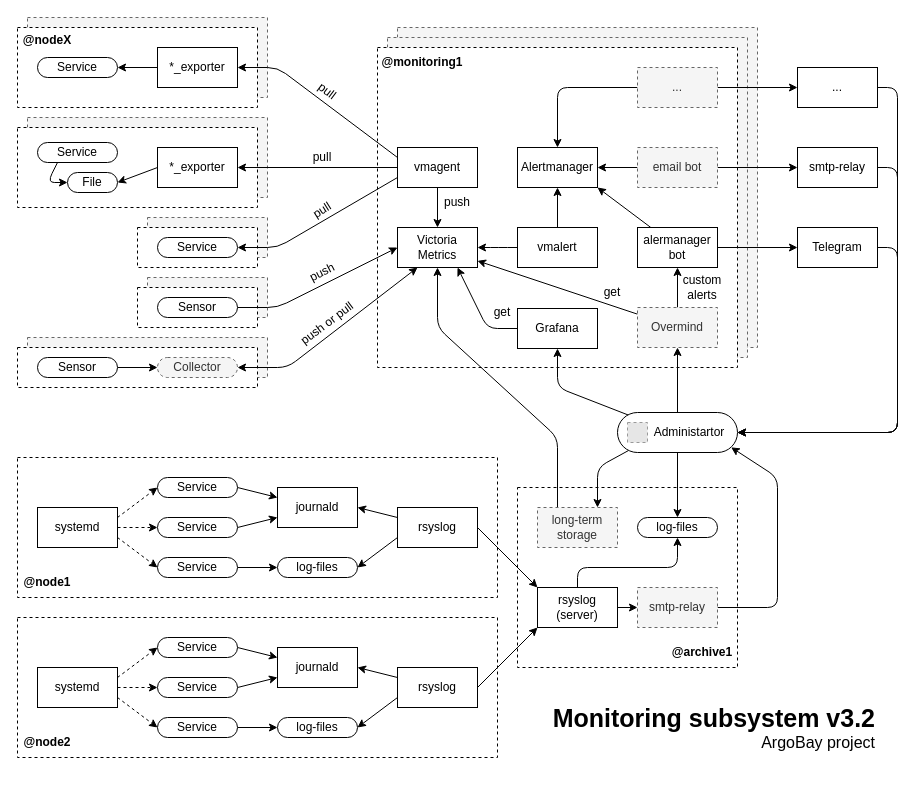
Before: page "MON" (6 of 14) of docs/schemes/Argobay-main.drawio in SnipGhost/argobay-ansible, a draw.io diagram. Source tidied: cells renumbered, new cells numbered last; positions are measured from the earlier drawing's top-left corner, leaving out a move shared by most shapes. Both pictures are drawn from the tidied source at 100%, with x=0, y=0 at pixel (17, 17). Pictures stored in the file or linked from it are replaced by grey dashed boxes.
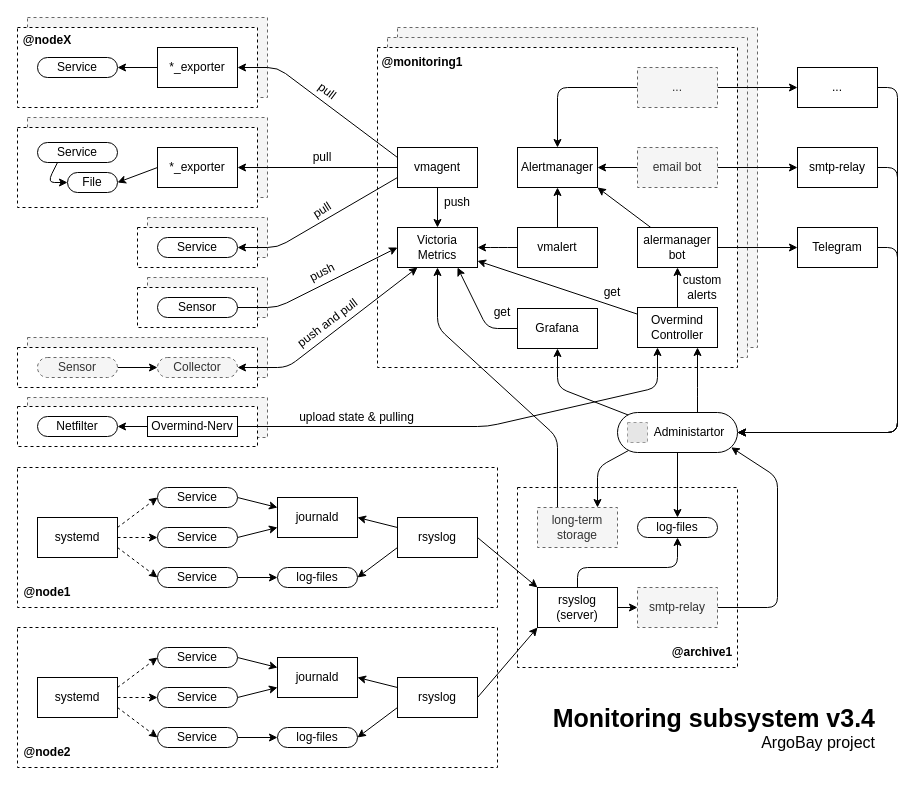
The same diagram, later.

Unchanged cells that the change refers to:
```xml
<mxCell id="118" value="&lt;font color=&quot;#000000&quot;&gt;Administartor&lt;/font&gt;" style="rounded=1;whiteSpace=wrap;html=1;strokeWidth=1;gradientDirection=south;align=center;verticalAlign=middle;arcSize=50;spacingLeft=24;" parent="1" vertex="1">
  <mxGeometry x="600" y="395" width="120" height="40" as="geometry" />
</mxCell>
```

What changed in the source:
```diff
@@
+    <mxCell id="124" style="rounded=0;whiteSpace=wrap;html=1;dashed=1;fillColor=#f5f5f5;strokeColor=#666666;fontColor=#333333;" parent="1" vertex="1">
+      <mxGeometry x="10" y="380" width="240" height="40" as="geometry" />
+    </mxCell>
@@
     <mxCell id="3" style="rounded=0;whiteSpace=wrap;html=1;dashed=1;" parent="1" vertex="1">
-      <mxGeometry y="440" width="480" height="140" as="geometry" />
+      <mxGeometry y="450" width="480" height="140" as="geometry" />
     </mxCell>
@@
-    <mxCell id="50" value="push or pull" style="text;html=1;strokeColor=none;fillColor=none;align=center;verticalAlign=middle;whiteSpace=wrap;rounded=0;dashed=1;rotation=323;" parent="1" vertex="1">
-      <mxGeometry x="275" y="291" width="70" height="30" as="geometry" />
+    <mxCell id="50" value="push and pull" style="text;html=1;strokeColor=none;fillColor=none;align=center;verticalAlign=middle;whiteSpace=wrap;rounded=0;dashed=1;rotation=323;" parent="1" vertex="1">
+      <mxGeometry x="267.5" y="291" width="85" height="30" as="geometry" />
     </mxCell>
@@
-    <mxCell id="53" value="Overmind" style="rounded=0;whiteSpace=wrap;html=1;strokeColor=#666666;strokeWidth=1;fillColor=#f5f5f5;gradientDirection=south;align=center;verticalAlign=middle;dashed=1;fontColor=#333333;" parent="1" vertex="1">
+    <mxCell id="53" value="Overmind&lt;br&gt;Controller" style="rounded=0;whiteSpace=wrap;html=1;strokeWidth=1;gradientDirection=south;align=center;verticalAlign=middle;" parent="1" vertex="1">
       <mxGeometry x="620" y="290" width="80" height="40" as="geometry" />
     </mxCell>
@@
-    <mxCell id="57" value="Sensor" style="rounded=1;whiteSpace=wrap;html=1;arcSize=50;" parent="1" vertex="1">
+    <mxCell id="57" value="Sensor" style="rounded=1;whiteSpace=wrap;html=1;arcSize=50;fillColor=#f5f5f5;strokeColor=#666666;fontColor=#333333;dashed=1;" parent="1" vertex="1">
       <mxGeometry x="20" y="340" width="80" height="20" as="geometry" />
     </mxCell>
@@
     <mxCell id="72" value="Service" style="rounded=1;whiteSpace=wrap;html=1;arcSize=50;" parent="1" vertex="1">
-      <mxGeometry x="140" y="460" width="80" height="20" as="geometry" />
+      <mxGeometry x="140" y="470" width="80" height="20" as="geometry" />
     </mxCell>
@@
     <mxCell id="74" value="Service" style="rounded=1;whiteSpace=wrap;html=1;arcSize=50;" parent="1" vertex="1">
-      <mxGeometry x="140" y="500" width="80" height="20" as="geometry" />
+      <mxGeometry x="140" y="510" width="80" height="20" as="geometry" />
     </mxCell>
@@
     <mxCell id="78" value="systemd" style="rounded=0;whiteSpace=wrap;html=1;strokeColor=default;strokeWidth=1;fillColor=#FFFFFF;gradientColor=none;gradientDirection=south;align=center;verticalAlign=middle;" parent="1" vertex="1">
-      <mxGeometry x="20" y="490" width="80" height="40" as="geometry" />
+      <mxGeometry x="20" y="500" width="80" height="40" as="geometry" />
     </mxCell>
@@
     <mxCell id="80" value="Service" style="rounded=1;whiteSpace=wrap;html=1;arcSize=50;" parent="1" vertex="1">
-      <mxGeometry x="140" y="540" width="80" height="20" as="geometry" />
+      <mxGeometry x="140" y="550" width="80" height="20" as="geometry" />
     </mxCell>
     <mxCell id="81" value="log-files" style="rounded=1;whiteSpace=wrap;html=1;strokeColor=default;strokeWidth=1;fillColor=#FFFFFF;gradientColor=none;gradientDirection=south;align=center;verticalAlign=middle;arcSize=50;" parent="1" vertex="1">
-      <mxGeometry x="260" y="540" width="80" height="20" as="geometry" />
+      <mxGeometry x="260" y="550" width="80" height="20" as="geometry" />
     </mxCell>
     <mxCell id="82" value="journald" style="rounded=0;whiteSpace=wrap;html=1;strokeColor=default;strokeWidth=1;fillColor=#FFFFFF;gradientColor=none;gradientDirection=south;align=center;verticalAlign=middle;" parent="1" vertex="1">
-      <mxGeometry x="260" y="470" width="80" height="40" as="geometry" />
+      <mxGeometry x="260" y="480" width="80" height="40" as="geometry" />
     </mxCell>
@@
     <mxCell id="86" value="rsyslog" style="rounded=0;whiteSpace=wrap;html=1;strokeColor=default;strokeWidth=1;fillColor=#FFFFFF;gradientColor=none;gradientDirection=south;align=center;verticalAlign=middle;" parent="1" vertex="1">
-      <mxGeometry x="380" y="490" width="80" height="40" as="geometry" />
+      <mxGeometry x="380" y="500" width="80" height="40" as="geometry" />
     </mxCell>
     <mxCell id="87" value="&lt;b&gt;@node1&lt;/b&gt;" style="text;html=1;strokeColor=none;fillColor=none;align=center;verticalAlign=middle;whiteSpace=wrap;rounded=0;dashed=1;" parent="1" vertex="1">
-      <mxGeometry y="550" width="60" height="30" as="geometry" />
+      <mxGeometry y="560" width="60" height="30" as="geometry" />
     </mxCell>
     <mxCell id="88" style="rounded=0;whiteSpace=wrap;html=1;dashed=1;" parent="1" vertex="1">
-      <mxGeometry y="600" width="480" height="140" as="geometry" />
+      <mxGeometry y="610" width="480" height="140" as="geometry" />
     </mxCell>
@@
     <mxCell id="90" value="Service" style="rounded=1;whiteSpace=wrap;html=1;arcSize=50;" parent="1" vertex="1">
-      <mxGeometry x="140" y="620" width="80" height="20" as="geometry" />
+      <mxGeometry x="140" y="630" width="80" height="20" as="geometry" />
     </mxCell>
@@
     <mxCell id="92" value="Service" style="rounded=1;whiteSpace=wrap;html=1;arcSize=50;" parent="1" vertex="1">
-      <mxGeometry x="140" y="660" width="80" height="20" as="geometry" />
+      <mxGeometry x="140" y="670" width="80" height="20" as="geometry" />
     </mxCell>
@@
     <mxCell id="96" value="systemd" style="rounded=0;whiteSpace=wrap;html=1;strokeColor=default;strokeWidth=1;fillColor=#FFFFFF;gradientColor=none;gradientDirection=south;align=center;verticalAlign=middle;" parent="1" vertex="1">
-      <mxGeometry x="20" y="650" width="80" height="40" as="geometry" />
+      <mxGeometry x="20" y="660" width="80" height="40" as="geometry" />
     </mxCell>
@@
     <mxCell id="98" value="Service" style="rounded=1;whiteSpace=wrap;html=1;arcSize=50;" parent="1" vertex="1">
-      <mxGeometry x="140" y="700" width="80" height="20" as="geometry" />
+      <mxGeometry x="140" y="710" width="80" height="20" as="geometry" />
     </mxCell>
     <mxCell id="99" value="log-files" style="rounded=1;whiteSpace=wrap;html=1;strokeColor=default;strokeWidth=1;fillColor=#FFFFFF;gradientColor=none;gradientDirection=south;align=center;verticalAlign=middle;arcSize=50;" parent="1" vertex="1">
-      <mxGeometry x="260" y="700" width="80" height="20" as="geometry" />
+      <mxGeometry x="260" y="710" width="80" height="20" as="geometry" />
     </mxCell>
     <mxCell id="100" value="journald" style="rounded=0;whiteSpace=wrap;html=1;strokeColor=default;strokeWidth=1;fillColor=#FFFFFF;gradientColor=none;gradientDirection=south;align=center;verticalAlign=middle;" parent="1" vertex="1">
-      <mxGeometry x="260" y="630" width="80" height="40" as="geometry" />
+      <mxGeometry x="260" y="640" width="80" height="40" as="geometry" />
     </mxCell>
@@
     <mxCell id="104" value="rsyslog" style="rounded=0;whiteSpace=wrap;html=1;strokeColor=default;strokeWidth=1;fillColor=#FFFFFF;gradientColor=none;gradientDirection=south;align=center;verticalAlign=middle;" parent="1" vertex="1">
-      <mxGeometry x="380" y="650" width="80" height="40" as="geometry" />
+      <mxGeometry x="380" y="660" width="80" height="40" as="geometry" />
     </mxCell>
     <mxCell id="105" value="&lt;b&gt;@node2&lt;/b&gt;" style="text;html=1;strokeColor=none;fillColor=none;align=center;verticalAlign=middle;whiteSpace=wrap;rounded=0;dashed=1;" parent="1" vertex="1">
-      <mxGeometry y="710" width="60" height="30" as="geometry" />
+      <mxGeometry y="720" width="60" height="30" as="geometry" />
     </mxCell>
@@
-    <mxCell id="116" style="edgeStyle=none;rounded=1;jettySize=auto;html=1;startArrow=none;startFill=0;endArrow=classic;endFill=1;" parent="1" edge="1" source="118" target="53">
-      <mxGeometry relative="1" as="geometry" />
+    <mxCell id="116" style="edgeStyle=orthogonalEdgeStyle;rounded=1;jettySize=auto;html=1;startArrow=none;startFill=0;endArrow=classic;endFill=1;entryX=0.75;entryY=1;entryDx=0;entryDy=0;" parent="1" edge="1" source="118" target="53">
+      <mxGeometry relative="1" as="geometry">
+        <Array as="points">
+          <mxPoint x="680" y="380" />
+          <mxPoint x="680" y="380" />
+        </Array>
+      </mxGeometry>
     </mxCell>
@@
-    <mxCell id="123" value="&lt;span style=&quot;text-align: center ; font-size: 25px&quot;&gt;&lt;b&gt;Monitoring subsystem v3.2&lt;/b&gt;&lt;/span&gt;&lt;br style=&quot;text-align: center&quot;&gt;&lt;div&gt;&lt;font style=&quot;font-size: 16px&quot;&gt;ArgoBay project&lt;/font&gt;&lt;/div&gt;" style="text;html=1;strokeColor=none;fillColor=none;align=right;verticalAlign=middle;whiteSpace=wrap;rounded=0;dashed=1;" parent="1" vertex="1">
+    <mxCell id="123" value="&lt;span style=&quot;text-align: center ; font-size: 25px&quot;&gt;&lt;b&gt;Monitoring subsystem v3.4&lt;/b&gt;&lt;/span&gt;&lt;br style=&quot;text-align: center&quot;&gt;&lt;div&gt;&lt;font style=&quot;font-size: 16px&quot;&gt;ArgoBay project&lt;/font&gt;&lt;/div&gt;" style="text;html=1;strokeColor=none;fillColor=none;align=right;verticalAlign=middle;whiteSpace=wrap;rounded=0;dashed=1;" parent="1" vertex="1">
       <mxGeometry x="520" y="680" width="340" height="60" as="geometry" />
     </mxCell>
+    <mxCell id="125" style="rounded=0;whiteSpace=wrap;html=1;dashed=1;" parent="1" vertex="1">
+      <mxGeometry y="389" width="240" height="40" as="geometry" />
+    </mxCell>
+    <mxCell id="126" style="edgeStyle=none;rounded=1;jettySize=auto;html=1;exitX=1;exitY=0.5;exitDx=0;exitDy=0;entryX=0.25;entryY=1;entryDx=0;entryDy=0;fontSize=10;startArrow=none;startFill=0;endArrow=classic;endFill=1;strokeWidth=1;" parent="1" edge="1" source="127" target="53">
+      <mxGeometry relative="1" as="geometry">
+        <Array as="points">
+          <mxPoint x="470" y="409" />
+          <mxPoint x="640" y="370" />
+        </Array>
+      </mxGeometry>
+    </mxCell>
+    <mxCell id="127" value="Overmind-Nerv" style="rounded=0;whiteSpace=wrap;html=1;strokeWidth=1;gradientDirection=south;align=center;verticalAlign=middle;" parent="1" vertex="1">
+      <mxGeometry x="130" y="399" width="90" height="20" as="geometry" />
+    </mxCell>
+    <mxCell id="128" style="edgeStyle=none;rounded=1;jettySize=auto;html=1;fontSize=10;startArrow=classic;startFill=1;endArrow=none;endFill=0;strokeWidth=1;" parent="1" edge="1" source="129" target="127">
+      <mxGeometry relative="1" as="geometry" />
+    </mxCell>
+    <mxCell id="129" value="Netfilter" style="rounded=1;whiteSpace=wrap;html=1;arcSize=50;" parent="1" vertex="1">
+      <mxGeometry x="20" y="399" width="80" height="20" as="geometry" />
+    </mxCell>
+    <mxCell id="130" value="upload state &amp;amp; pulling" style="text;html=1;strokeColor=none;fillColor=none;align=center;verticalAlign=middle;whiteSpace=wrap;rounded=0;dashed=1;rotation=0;" parent="1" vertex="1">
+      <mxGeometry x="269" y="387.5" width="141" height="25" as="geometry" />
+    </mxCell>
```
